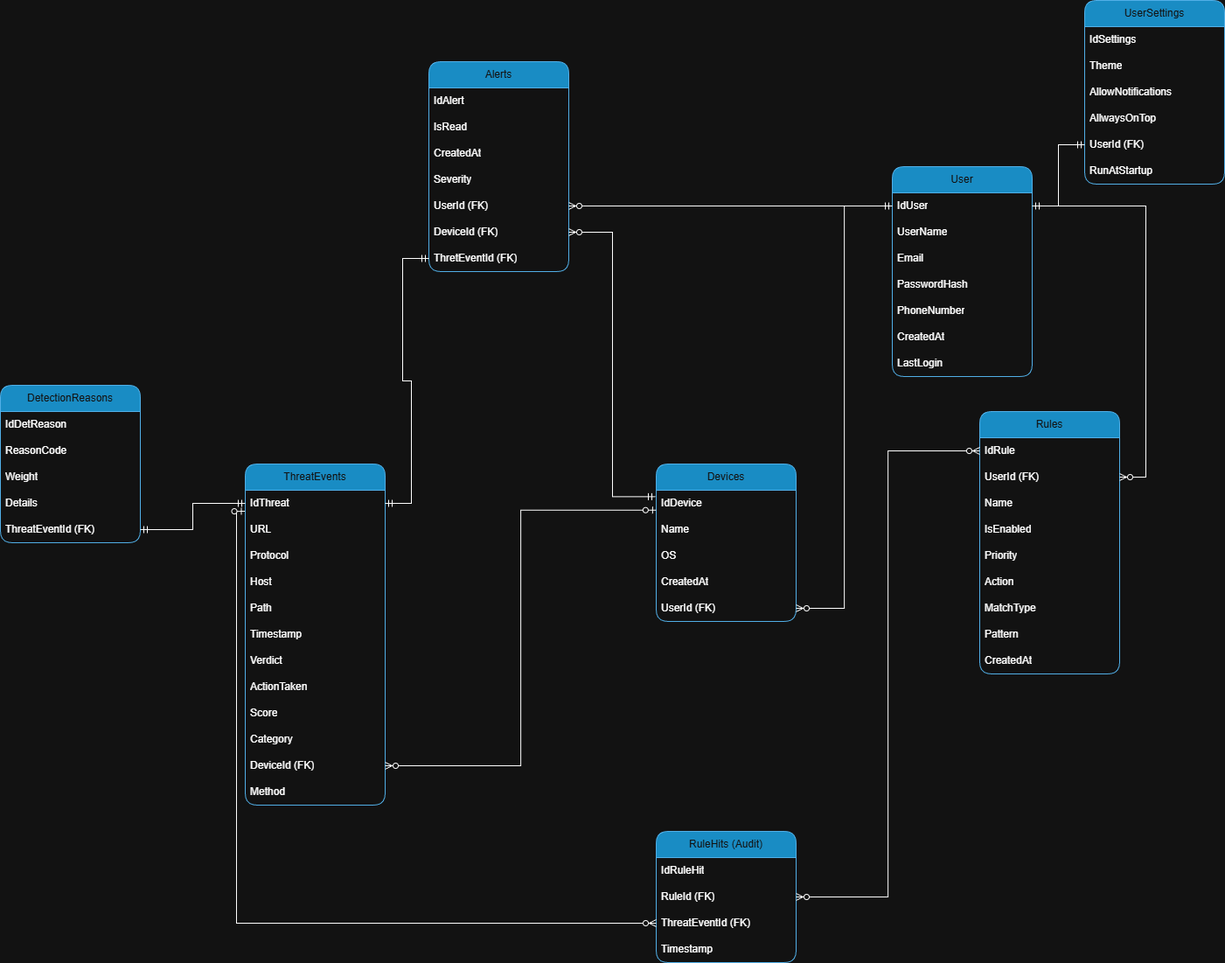
This is DOCS/Database/SweebAppDBSchema.png from CprALin/SweebApp, a draw.io export, as it was before one commit. Source tidied: cells renumbered, new cells last; positions are measured from the earlier drawing's top-left corner, leaving out a move shared by most shapes.
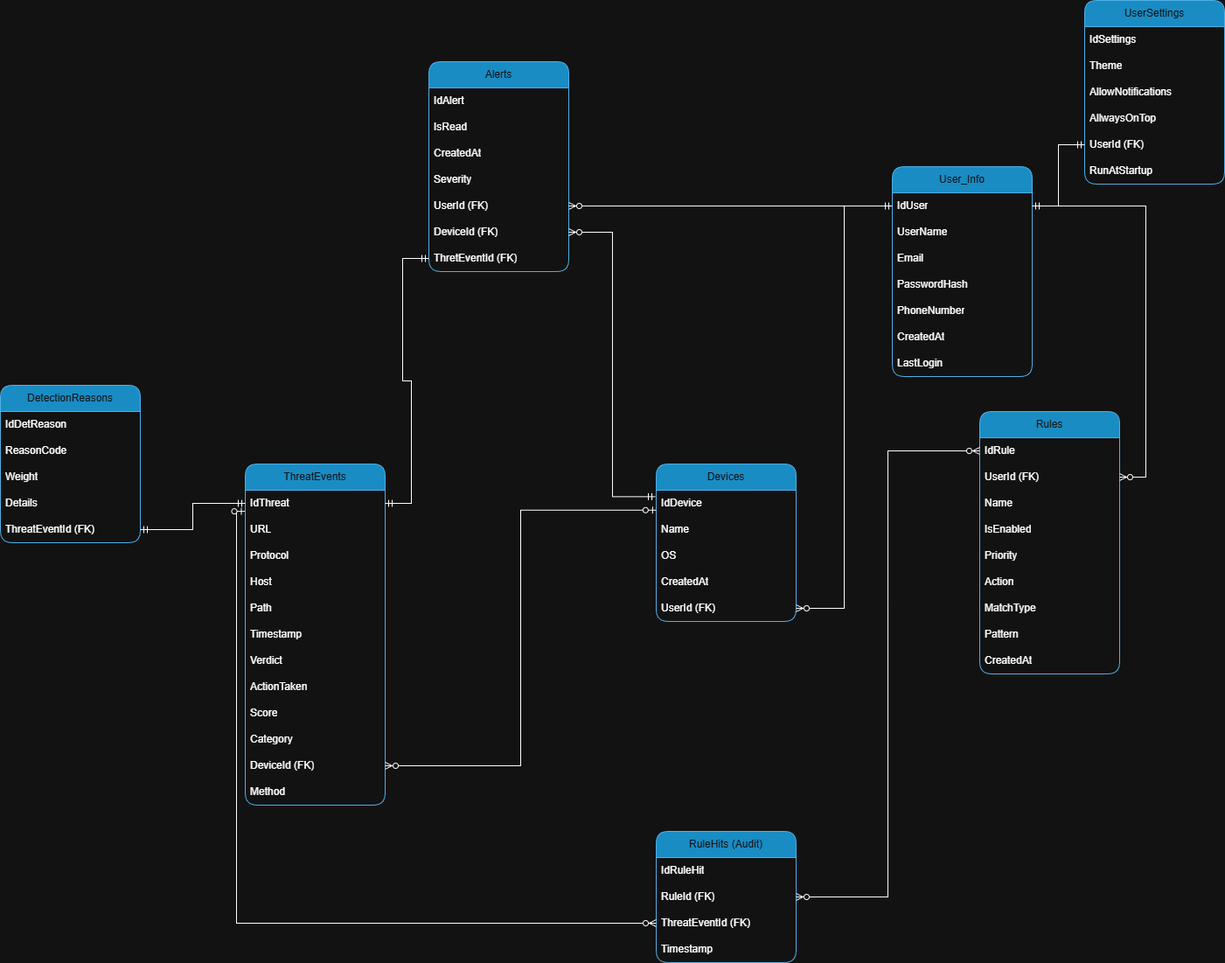
Above is the later version.

The edit, as a diff of the source:
```diff
@@ -2,7 +2,7 @@
   <root>
     <mxCell id="0" />
     <mxCell id="1" parent="0" />
-    <mxCell id="2" value="User" style="swimlane;fontStyle=0;horizontal=1;startSize=30;whiteSpace=wrap;html=1;rounded=1;fillColor=#1ba1e2;fontColor=#ffffff;strokeColor=#006EAF;" parent="1" vertex="1">
+    <mxCell id="2" value="User_Info" style="swimlane;fontStyle=0;horizontal=1;startSize=30;whiteSpace=wrap;html=1;rounded=1;fillColor=#1ba1e2;fontColor=#ffffff;strokeColor=#006EAF;" parent="1" vertex="1">
       <mxGeometry x="1020" y="190" width="160" height="240" as="geometry" />
     </mxCell>
     <mxCell id="3" value="IdUser" style="text;strokeColor=none;fillColor=none;align=left;verticalAlign=middle;spacingLeft=4;spacingRight=4;overflow=hidden;points=[[0,0.5],[1,0.5]];portConstraint=eastwest;whiteSpace=wrap;html=1;" parent="2" vertex="1">
```
